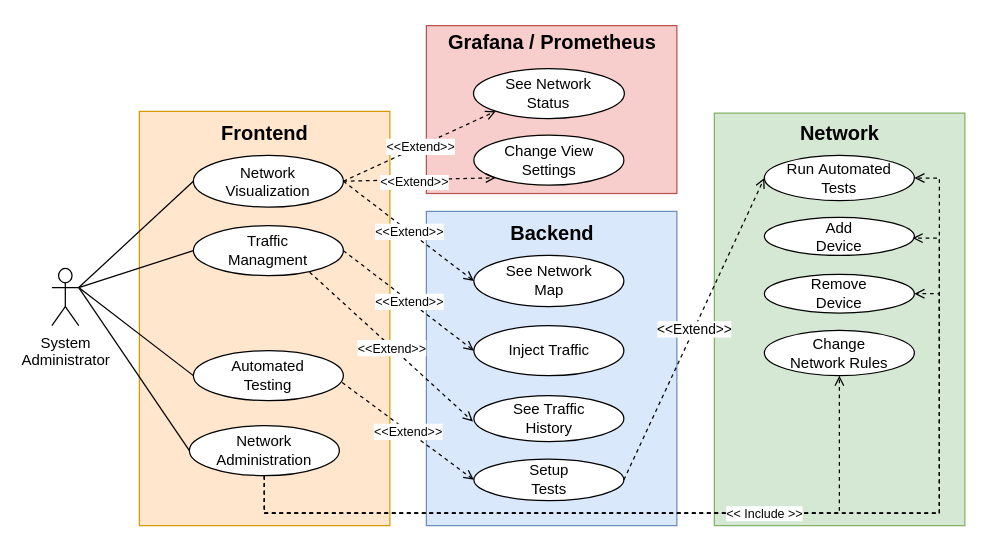
Before: page "Use Cases" (2 of 9) of documentation/diagrams/diagram-models.drawio in detiuaveiro/PECI-05-2022-23, a draw.io diagram. Source tidied: cells renumbered, new cells numbered last; positions are measured from the earlier drawing's top-left corner, leaving out a move shared by most shapes. Both pictures are drawn from the tidied source at 125%, with x=0, y=0 at pixel (51, 20).
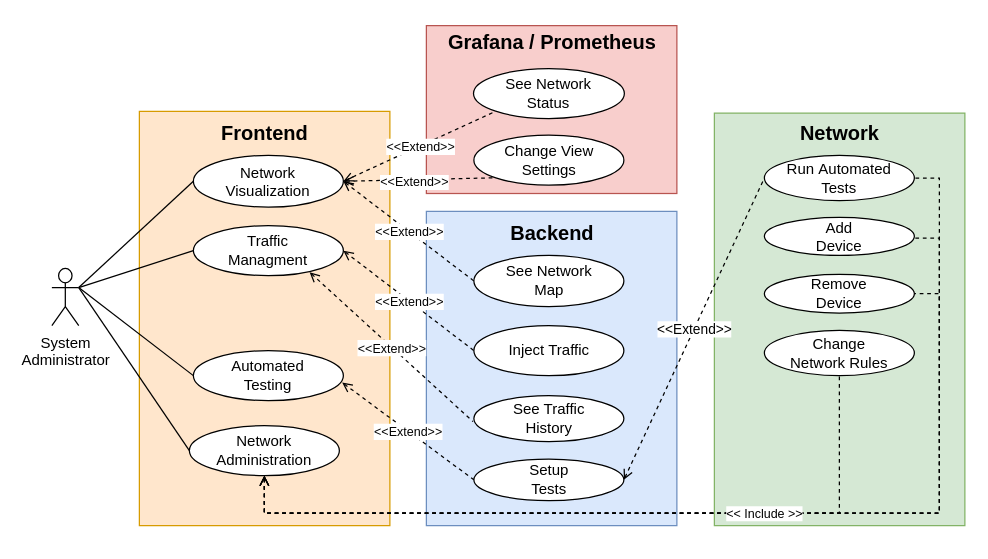
Above is the later version.

Unchanged cells that the change refers to:
```xml
<mxCell id="6" value="&lt;div&gt;Network &lt;br&gt;&lt;/div&gt;&lt;div&gt;Visualization&lt;/div&gt;" style="ellipse;whiteSpace=wrap;html=1;" parent="1" vertex="1">
  <mxGeometry x="113.2" y="107.8" width="120" height="41.4" as="geometry" />
</mxCell>
<mxCell id="7" value="&lt;div&gt;Traffic&lt;/div&gt;&lt;div&gt;Managment&lt;br&gt;&lt;/div&gt;" style="ellipse;whiteSpace=wrap;html=1;" parent="1" vertex="1">
  <mxGeometry x="113.2" y="164" width="120" height="40" as="geometry" />
</mxCell>
<mxCell id="8" value="&lt;div&gt;Automated&lt;/div&gt;&lt;div&gt;Testing&lt;br&gt;&lt;/div&gt;" style="ellipse;whiteSpace=wrap;html=1;" parent="1" vertex="1">
  <mxGeometry x="113.2" y="264" width="120" height="40" as="geometry" />
</mxCell>
<mxCell id="9" value="&lt;div&gt;Network&lt;br&gt;&lt;/div&gt;&lt;div&gt;Administration&lt;br&gt;&lt;/div&gt;" style="ellipse;whiteSpace=wrap;html=1;" parent="1" vertex="1">
  <mxGeometry x="110" y="324" width="120" height="40" as="geometry" />
</mxCell>
<mxCell id="14" value="&lt;div&gt;See Network&lt;/div&gt;&lt;div&gt;Status&lt;br&gt;&lt;/div&gt;" style="ellipse;whiteSpace=wrap;html=1;" parent="1" vertex="1">
  <mxGeometry x="337.3" y="38.3" width="120.7" height="40" as="geometry" />
</mxCell>
<mxCell id="15" value="&lt;div&gt;Change View&lt;/div&gt;&lt;div&gt;Settings&lt;br&gt;&lt;/div&gt;" style="ellipse;whiteSpace=wrap;html=1;" parent="1" vertex="1">
  <mxGeometry x="337.6" y="91.6" width="120" height="40" as="geometry" />
</mxCell>
<mxCell id="16" value="&lt;div&gt;See Network&lt;/div&gt;&lt;div&gt;Map&lt;br&gt;&lt;/div&gt;" style="ellipse;whiteSpace=wrap;html=1;" parent="1" vertex="1">
  <mxGeometry x="337.6" y="187.8" width="120" height="41" as="geometry" />
</mxCell>
<mxCell id="19" value="&lt;div&gt;Setup&lt;/div&gt;&lt;div&gt;Tests&lt;br&gt;&lt;/div&gt;" style="ellipse;whiteSpace=wrap;html=1;" parent="1" vertex="1">
  <mxGeometry x="337.6" y="350.7" width="120" height="33.3" as="geometry" />
</mxCell>
<mxCell id="20" value="&lt;div&gt;Run&amp;nbsp;&lt;span style=&quot;background-color: initial;&quot;&gt;Automated&lt;/span&gt;&lt;/div&gt;&lt;div&gt;&lt;span style=&quot;background-color: initial;&quot;&gt;Tests&lt;/span&gt;&lt;/div&gt;" style="ellipse;whiteSpace=wrap;html=1;" parent="1" vertex="1">
  <mxGeometry x="570" y="107.8" width="120" height="36.2" as="geometry" />
</mxCell>
<mxCell id="21" value="&lt;div&gt;Inject Traffic&lt;/div&gt;" style="ellipse;whiteSpace=wrap;html=1;" parent="1" vertex="1">
  <mxGeometry x="337.6" y="244" width="120" height="40" as="geometry" />
</mxCell>
<mxCell id="22" value="&lt;div&gt;See Traffic&lt;/div&gt;&lt;div&gt;History&lt;br&gt;&lt;/div&gt;" style="ellipse;whiteSpace=wrap;html=1;" parent="1" vertex="1">
  <mxGeometry x="337.6" y="300" width="120" height="36.7" as="geometry" />
</mxCell>
<mxCell id="23" value="&lt;div&gt;Add&lt;/div&gt;&lt;div&gt;Device&lt;br&gt;&lt;/div&gt;" style="ellipse;whiteSpace=wrap;html=1;" parent="1" vertex="1">
  <mxGeometry x="570" y="157.3" width="120" height="30.5" as="geometry" />
</mxCell>
<mxCell id="24" value="&lt;div&gt;Remove&lt;br&gt;&lt;/div&gt;&lt;div&gt;Device&lt;br&gt;&lt;/div&gt;" style="ellipse;whiteSpace=wrap;html=1;" parent="1" vertex="1">
  <mxGeometry x="570" y="203" width="120" height="30.9" as="geometry" />
</mxCell>
<mxCell id="25" value="&lt;div&gt;Change &lt;br&gt;&lt;/div&gt;&lt;div&gt;Network Rules&lt;br&gt;&lt;/div&gt;" style="ellipse;whiteSpace=wrap;html=1;" parent="1" vertex="1">
  <mxGeometry x="570" y="247.8" width="120" height="36.2" as="geometry" />
</mxCell>
```

What changed in the source:
```diff
@@
-    <mxCell id="26" style="endArrow=open;html=1;rounded=0;endFill=0;dashed=1;entryX=0;entryY=0.5;entryDx=0;entryDy=0;exitX=1;exitY=0.5;exitDx=0;exitDy=0;" parent="1" edge="1" source="6" target="16">
+    <mxCell id="26" style="endArrow=none;html=1;rounded=0;endFill=0;dashed=1;entryX=0;entryY=0.5;entryDx=0;entryDy=0;exitX=1;exitY=0.5;exitDx=0;exitDy=0;startArrow=open;startFill=0;" parent="1" edge="1" source="6" target="16">
       <mxGeometry relative="1" as="geometry" />
     </mxCell>
@@
-    <mxCell id="28" style="endArrow=open;html=1;rounded=0;entryX=0;entryY=1;entryDx=0;entryDy=0;exitX=1;exitY=0.5;exitDx=0;exitDy=0;endFill=0;dashed=1;" parent="1" edge="1" source="6" target="15">
+    <mxCell id="28" style="endArrow=none;html=1;rounded=0;entryX=0;entryY=1;entryDx=0;entryDy=0;exitX=1;exitY=0.5;exitDx=0;exitDy=0;endFill=0;dashed=1;startArrow=open;startFill=0;" parent="1" edge="1" source="6" target="15">
       <mxGeometry relative="1" as="geometry" />
     </mxCell>
@@
-    <mxCell id="30" style="endArrow=open;html=1;rounded=0;exitX=1;exitY=0.5;exitDx=0;exitDy=0;endFill=0;dashed=1;entryX=0;entryY=1;entryDx=0;entryDy=0;" parent="1" edge="1" source="6" target="14">
+    <mxCell id="30" style="endArrow=none;html=1;rounded=0;exitX=1;exitY=0.5;exitDx=0;exitDy=0;endFill=0;dashed=1;entryX=0;entryY=1;entryDx=0;entryDy=0;startArrow=open;startFill=0;" parent="1" edge="1" source="6" target="14">
       <mxGeometry relative="1" as="geometry" />
     </mxCell>
@@
-    <mxCell id="32" style="endArrow=open;html=1;rounded=0;entryX=0;entryY=0.5;entryDx=0;entryDy=0;endFill=0;dashed=1;exitX=1;exitY=0.5;exitDx=0;exitDy=0;" parent="1" edge="1" source="7" target="21">
+    <mxCell id="32" style="endArrow=none;html=1;rounded=0;entryX=0;entryY=0.5;entryDx=0;entryDy=0;endFill=0;dashed=1;exitX=1;exitY=0.5;exitDx=0;exitDy=0;startArrow=open;startFill=0;" parent="1" edge="1" source="7" target="21">
       <mxGeometry relative="1" as="geometry" />
     </mxCell>
@@
-    <mxCell id="34" style="endArrow=open;html=1;rounded=0;entryX=-0.006;entryY=0.566;entryDx=0;entryDy=0;entryPerimeter=0;endFill=0;dashed=1;exitX=0.775;exitY=0.931;exitDx=0;exitDy=0;exitPerimeter=0;" parent="1" edge="1" source="7" target="22">
+    <mxCell id="34" style="endArrow=none;html=1;rounded=0;entryX=-0.006;entryY=0.566;entryDx=0;entryDy=0;entryPerimeter=0;endFill=0;dashed=1;exitX=0.775;exitY=0.931;exitDx=0;exitDy=0;exitPerimeter=0;startArrow=open;startFill=0;" parent="1" edge="1" source="7" target="22">
       <mxGeometry relative="1" as="geometry" />
     </mxCell>
@@
-    <mxCell id="36" style="endArrow=open;html=1;rounded=0;exitX=0.992;exitY=0.638;exitDx=0;exitDy=0;exitPerimeter=0;endFill=0;dashed=1;entryX=0;entryY=0.5;entryDx=0;entryDy=0;" parent="1" edge="1" source="8" target="19">
+    <mxCell id="36" style="endArrow=none;html=1;rounded=0;exitX=0.992;exitY=0.638;exitDx=0;exitDy=0;exitPerimeter=0;endFill=0;dashed=1;entryX=0;entryY=0.5;entryDx=0;entryDy=0;startArrow=open;startFill=0;" parent="1" edge="1" source="8" target="19">
       <mxGeometry relative="1" as="geometry" />
     </mxCell>
@@
-    <mxCell id="38" style="endArrow=open;html=1;rounded=0;exitX=1;exitY=0.5;exitDx=0;exitDy=0;entryX=0;entryY=0.5;entryDx=0;entryDy=0;endFill=0;dashed=1;" parent="1" edge="1" source="19" target="20">
+    <mxCell id="38" style="endArrow=none;html=1;rounded=0;exitX=1;exitY=0.5;exitDx=0;exitDy=0;entryX=0;entryY=0.5;entryDx=0;entryDy=0;endFill=0;dashed=1;startArrow=open;startFill=0;" parent="1" edge="1" source="19" target="20">
       <mxGeometry relative="1" as="geometry" />
     </mxCell>
@@
-    <mxCell id="44" style="edgeStyle=orthogonalEdgeStyle;rounded=0;jettySize=auto;html=1;exitX=0.5;exitY=1;exitDx=0;exitDy=0;entryX=0.5;entryY=1;entryDx=0;entryDy=0;dashed=1;fontSize=10;endArrow=open;endFill=0;" parent="1" edge="1" source="9" target="25">
+    <mxCell id="44" style="edgeStyle=orthogonalEdgeStyle;rounded=0;jettySize=auto;html=1;exitX=0.5;exitY=1;exitDx=0;exitDy=0;entryX=0.5;entryY=1;entryDx=0;entryDy=0;dashed=1;fontSize=10;endArrow=none;endFill=0;startArrow=open;startFill=0;" parent="1" edge="1" source="9" target="25">
       <mxGeometry relative="1" as="geometry">
         <Array as="points">
           <mxPoint x="170" y="394" />
           <mxPoint x="630" y="394" />
         </Array>
       </mxGeometry>
     </mxCell>
-    <mxCell id="45" style="edgeStyle=orthogonalEdgeStyle;rounded=0;jettySize=auto;html=1;exitX=0.5;exitY=1;exitDx=0;exitDy=0;entryX=1;entryY=0.5;entryDx=0;entryDy=0;dashed=1;fontSize=10;endArrow=open;endFill=0;" parent="1" edge="1" source="9" target="24">
+    <mxCell id="45" style="edgeStyle=orthogonalEdgeStyle;rounded=0;jettySize=auto;html=1;exitX=0.5;exitY=1;exitDx=0;exitDy=0;entryX=1;entryY=0.5;entryDx=0;entryDy=0;dashed=1;fontSize=10;endArrow=none;endFill=0;startArrow=open;startFill=0;" parent="1" edge="1" source="9" target="24">
       <mxGeometry relative="1" as="geometry">
         <Array as="points">
           <mxPoint x="170" y="394" />
           <mxPoint x="710" y="394" />
           <mxPoint x="710" y="218" />
         </Array>
       </mxGeometry>
     </mxCell>
-    <mxCell id="46" style="edgeStyle=orthogonalEdgeStyle;rounded=0;jettySize=auto;html=1;exitX=0.5;exitY=1;exitDx=0;exitDy=0;dashed=1;fontSize=10;endArrow=open;endFill=0;entryX=0.988;entryY=0.547;entryDx=0;entryDy=0;entryPerimeter=0;" parent="1" edge="1" source="9" target="23">
+    <mxCell id="46" style="edgeStyle=orthogonalEdgeStyle;rounded=0;jettySize=auto;html=1;exitX=0.5;exitY=1;exitDx=0;exitDy=0;dashed=1;fontSize=10;endArrow=none;endFill=0;entryX=0.988;entryY=0.547;entryDx=0;entryDy=0;entryPerimeter=0;startArrow=open;startFill=0;" parent="1" edge="1" source="9" target="23">
       <mxGeometry relative="1" as="geometry">
         <Array as="points">
           <mxPoint x="170" y="394" />
           <mxPoint x="710" y="394" />
           <mxPoint x="710" y="174" />
         </Array>
       </mxGeometry>
     </mxCell>
-    <mxCell id="47" style="edgeStyle=orthogonalEdgeStyle;rounded=0;jettySize=auto;html=1;exitX=0.5;exitY=1;exitDx=0;exitDy=0;entryX=1;entryY=0.5;entryDx=0;entryDy=0;dashed=1;fontSize=10;endArrow=open;endFill=0;" parent="1" edge="1" source="9" target="20">
+    <mxCell id="47" style="edgeStyle=orthogonalEdgeStyle;rounded=0;jettySize=auto;html=1;exitX=0.5;exitY=1;exitDx=0;exitDy=0;entryX=1;entryY=0.5;entryDx=0;entryDy=0;dashed=1;fontSize=10;endArrow=none;endFill=0;startArrow=open;startFill=0;" parent="1" edge="1" source="9" target="20">
       <mxGeometry relative="1" as="geometry">
         <Array as="points">
           <mxPoint x="170" y="394" />
           <mxPoint x="710" y="394" />
           <mxPoint x="710" y="126" />
         </Array>
       </mxGeometry>
     </mxCell>
```
